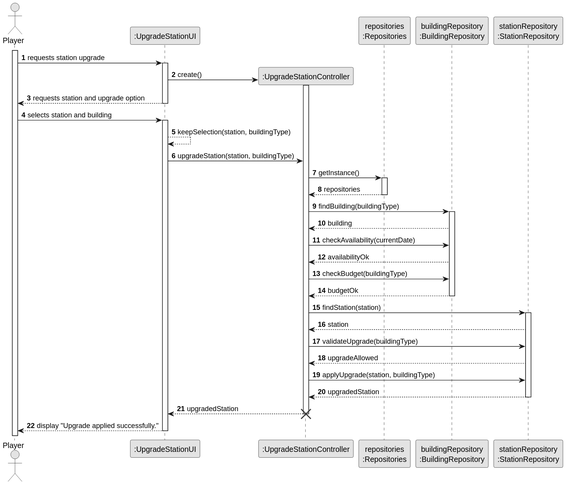
Before: docs/system-documentation/US006/03.design/svg/US006-SD.svg, a diagram exported from PlantUML (goncalolopesp/sem2-pi-24.25-g093-repo).
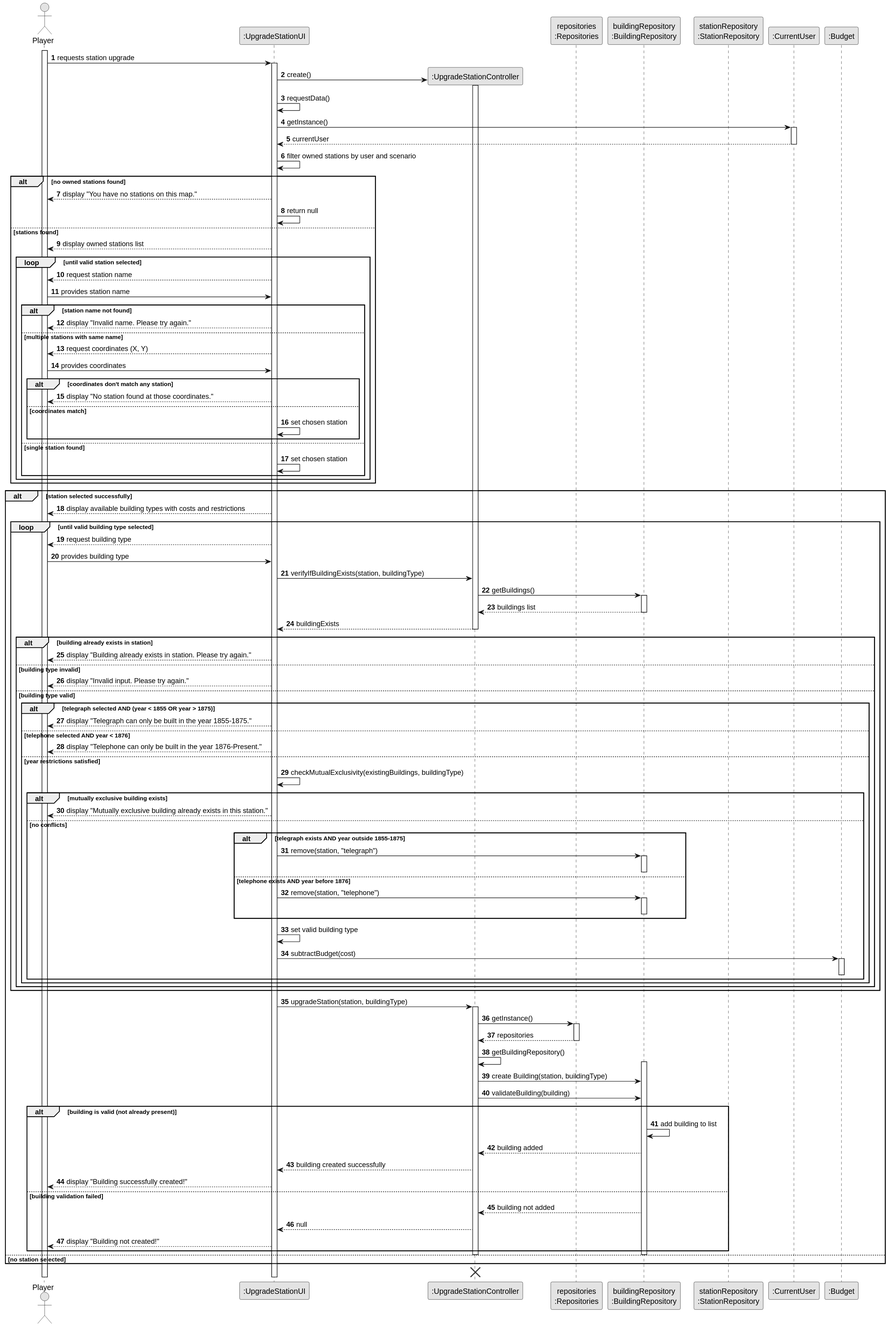
Above is the later version.

The edit, as a diff of the source:
```diff
@@ -7,59 +7,137 @@
 
 actor "Player" as Player
 participant ":UpgradeStationUI" as UpgradeStationUI
+participant ":UpgradeStationController" as UpgradeStationController
+participant "repositories\n:Repositories" as Repo
+participant "buildingRepository\n:BuildingRepository" as BuildingRepository
+participant "stationRepository\n:StationRepository" as StationRepository
+participant ":CurrentUser" as CurrentUser
+participant ":Budget" as Budget
 
 activate Player
 
 Player -> UpgradeStationUI : requests station upgrade
 activate UpgradeStationUI
 
-create ":UpgradeStationController" as UpgradeStationController
+create UpgradeStationController
 UpgradeStationUI -> UpgradeStationController : create()
 activate UpgradeStationController
 
-UpgradeStationUI --> Player : requests station and upgrade option
+UpgradeStationUI -> UpgradeStationUI : requestData()
+UpgradeStationUI -> CurrentUser : getInstance()
+activate CurrentUser
+CurrentUser --> UpgradeStationUI : currentUser
+deactivate CurrentUser
+
+UpgradeStationUI -> UpgradeStationUI : filter owned stations by user and scenario
+
+alt no owned stations found
+    UpgradeStationUI --> Player : display "You have no stations on this map."
+    UpgradeStationUI -> UpgradeStationUI : return null
+else stations found
+    UpgradeStationUI --> Player : display owned stations list
+
+    loop until valid station selected
+        UpgradeStationUI --> Player : request station name
+        Player -> UpgradeStationUI : provides station name
+
+        alt station name not found
+            UpgradeStationUI --> Player : display "Invalid name. Please try again."
+        else multiple stations with same name
+            UpgradeStationUI --> Player : request coordinates (X, Y)
+            Player -> UpgradeStationUI : provides coordinates
+
+            alt coordinates don't match any station
+                UpgradeStationUI --> Player : display "No station found at those coordinates."
+            else coordinates match
+                UpgradeStationUI -> UpgradeStationUI : set chosen station
+            end
+        else single station found
+            UpgradeStationUI -> UpgradeStationUI : set chosen station
+        end
+    end
+end
+
+alt station selected successfully
+    UpgradeStationUI --> Player : display available building types with costs and restrictions
+
+    loop until valid building type selected
+        UpgradeStationUI --> Player : request building type
+        Player -> UpgradeStationUI : provides building type
+
+        UpgradeStationUI -> UpgradeStationController : verifyIfBuildingExists(station, buildingType)
+
+        UpgradeStationController -> BuildingRepository : getBuildings()
+        activate BuildingRepository
+        BuildingRepository --> UpgradeStationController : buildings list
+        deactivate BuildingRepository
+        UpgradeStationController --> UpgradeStationUI : buildingExists
+        deactivate UpgradeStationController
+
+        alt building already exists in station
+            UpgradeStationUI --> Player : display "Building already exists in station. Please try again."
+        else building type invalid
+            UpgradeStationUI --> Player : display "Invalid input. Please try again."
+        else building type valid
+            alt telegraph selected AND (year < 1855 OR year > 1875)
+                UpgradeStationUI --> Player : display "Telegraph can only be built in the year 1855-1875."
+            else telephone selected AND year < 1876
+                UpgradeStationUI --> Player : display "Telephone can only be built in the year 1876-Present."
+            else year restrictions satisfied
+                UpgradeStationUI -> UpgradeStationUI : checkMutualExclusivity(existingBuildings, buildingType)
+
+                alt mutually exclusive building exists
+                    UpgradeStationUI --> Player : display "Mutually exclusive building already exists in this station."
+                else no conflicts
+                    alt telegraph exists AND year outside 1855-1875
+                        UpgradeStationUI -> BuildingRepository : remove(station, "telegraph")
+                        activate BuildingRepository
+                        deactivate BuildingRepository
+                    else telephone exists AND year before 1876
+                        UpgradeStationUI -> BuildingRepository : remove(station, "telephone")
+                        activate BuildingRepository
+                        deactivate BuildingRepository
+                    end
+
+                    UpgradeStationUI -> UpgradeStationUI : set valid building type
+                    UpgradeStationUI -> Budget : subtractBudget(cost)
+                    activate Budget
+                    deactivate Budget
+                end
+            end
+        end
+    end
+    UpgradeStationUI -> UpgradeStationController : upgradeStation(station, buildingType)
+    activate UpgradeStationController
+
+    UpgradeStationController -> Repo : getInstance()
+    activate Repo
+    Repo --> UpgradeStationController : repositories
+    deactivate Repo
+
+    UpgradeStationController -> UpgradeStationController : getBuildingRepository()
+    activate BuildingRepository
+    UpgradeStationController -> BuildingRepository : create Building(station, buildingType)
+    UpgradeStationController -> BuildingRepository : validateBuilding(building)
+
+    alt building is valid (not already present)
+        BuildingRepository -> BuildingRepository : add building to list
+        BuildingRepository --> UpgradeStationController : building added
+        UpgradeStationController --> UpgradeStationUI : building created successfully
+
+        UpgradeStationUI --> Player : display "Building successfully created!"
+    else building validation failed
+        BuildingRepository --> UpgradeStationController : building not added
+        UpgradeStationController --> UpgradeStationUI : null
+
+        UpgradeStationUI --> Player : display "Building not created!"
+    end
+    deactivate BuildingRepository
+    deactivate UpgradeStationController
+else no station selected
+end
+
+destroy UpgradeStationController
 deactivate UpgradeStationUI
-
-Player -> UpgradeStationUI : selects station and building
-activate UpgradeStationUI
-
-UpgradeStationUI --> UpgradeStationUI : keepSelection(station, buildingType)
-
-participant "repositories\n:Repositories" as Repo
-participant "buildingRepository\n:BuildingRepository" as buildingRepository
-participant "stationRepository\n:StationRepository" as stationRepository
-
-UpgradeStationUI -> UpgradeStationController : upgradeStation(station, buildingType)
-
-UpgradeStationController -> Repo : getInstance()
-activate Repo
-Repo --> UpgradeStationController : repositories
-deactivate Repo
-
-UpgradeStationController -> buildingRepository : findBuilding(buildingType)
-activate buildingRepository
-buildingRepository --> UpgradeStationController : building
-
-UpgradeStationController -> buildingRepository : checkAvailability(currentDate)
-buildingRepository --> UpgradeStationController : availabilityOk
-UpgradeStationController -> buildingRepository : checkBudget(buildingType)
-buildingRepository --> UpgradeStationController: budgetOk
-deactivate buildingRepository
-
-
-UpgradeStationController -> stationRepository : findStation(station)
-activate stationRepository
-stationRepository --> UpgradeStationController : station
-
-UpgradeStationController -> stationRepository : validateUpgrade(buildingType)
-stationRepository --> UpgradeStationController : upgradeAllowed
-UpgradeStationController -> stationRepository : applyUpgrade(station, buildingType)
-stationRepository --> UpgradeStationController : upgradedStation
-deactivate stationRepository
-
-UpgradeStationController --> UpgradeStationUI : upgradedStation
-deactivate UpgradeStationController
-destroy UpgradeStationController
-UpgradeStationUI --> Player : display "Upgrade applied successfully."
-deactivate UpgradeStationUI
+deactivate Player
 @enduml
```
